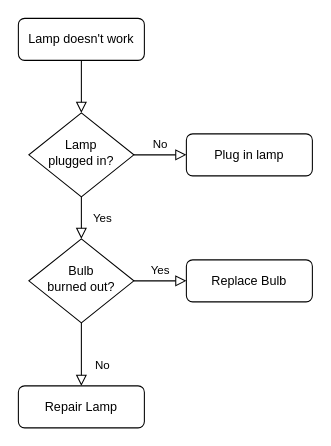
Above: githubtest.drawio in freshmaninhub/test (draw.io), before the change. Source tidied: cells renumbered, new cells numbered last; positions are measured from the earlier drawing's top-left corner, leaving out a move shared by most shapes. Both pictures are drawn from the tidied source at 105%, with x=0, y=0 at pixel (18, 18).
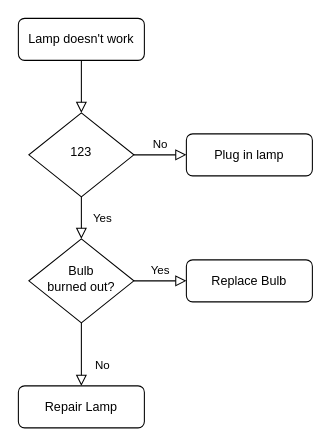
The same page after the edit.

What changed in the source:
```diff
@@
 <mxGraphModel>
   <root>
     <mxCell id="0" />
     <mxCell id="1" parent="0" />
     <mxCell id="2" style="rounded=0;html=1;jettySize=auto;fontSize=11;endArrow=block;endFill=0;endSize=8;strokeWidth=1;shadow=0;labelBackgroundColor=none;edgeStyle=orthogonalEdgeStyle;" parent="1" edge="1" source="3" target="6">
       <mxGeometry relative="1" as="geometry" />
     </mxCell>
     <mxCell id="3" value="Lamp doesn't work" style="rounded=1;whiteSpace=wrap;html=1;fontSize=12;glass=0;strokeWidth=1;shadow=0;" parent="1" vertex="1">
       <mxGeometry width="120" height="40" as="geometry" />
     </mxCell>
     <mxCell id="4" value="Yes" style="rounded=0;html=1;jettySize=auto;fontSize=11;endArrow=block;endFill=0;endSize=8;strokeWidth=1;shadow=0;labelBackgroundColor=none;edgeStyle=orthogonalEdgeStyle;" parent="1" edge="1" source="6" target="10">
       <mxGeometry y="20" relative="1" as="geometry" />
     </mxCell>
     <mxCell id="5" value="No" style="edgeStyle=orthogonalEdgeStyle;rounded=0;html=1;jettySize=auto;fontSize=11;endArrow=block;endFill=0;endSize=8;strokeWidth=1;shadow=0;labelBackgroundColor=none;" parent="1" edge="1" source="6" target="7">
       <mxGeometry y="10" relative="1" as="geometry" />
     </mxCell>
-    <mxCell id="6" value="Lamp&lt;br&gt;plugged in?" style="rhombus;whiteSpace=wrap;html=1;shadow=0;fontFamily=Helvetica;fontSize=12;align=center;strokeWidth=1;spacing=6;spacingTop=-4;" parent="1" vertex="1">
+    <mxCell id="6" value="123" style="rhombus;whiteSpace=wrap;html=1;shadow=0;fontFamily=Helvetica;fontSize=12;align=center;strokeWidth=1;spacing=6;spacingTop=-4;" parent="1" vertex="1">
       <mxGeometry x="10" y="90" width="100" height="80" as="geometry" />
     </mxCell>
     <mxCell id="7" value="Plug in lamp" style="rounded=1;whiteSpace=wrap;html=1;fontSize=12;glass=0;strokeWidth=1;shadow=0;" parent="1" vertex="1">
       <mxGeometry x="160" y="110" width="120" height="40" as="geometry" />
     </mxCell>
     <mxCell id="8" value="No" style="rounded=0;html=1;jettySize=auto;fontSize=11;endArrow=block;endFill=0;endSize=8;strokeWidth=1;shadow=0;labelBackgroundColor=none;edgeStyle=orthogonalEdgeStyle;" parent="1" edge="1" source="10" target="11">
       <mxGeometry x="0.33" y="20" relative="1" as="geometry" />
     </mxCell>
     <mxCell id="9" value="Yes" style="edgeStyle=orthogonalEdgeStyle;rounded=0;html=1;jettySize=auto;fontSize=11;endArrow=block;endFill=0;endSize=8;strokeWidth=1;shadow=0;labelBackgroundColor=none;" parent="1" edge="1" source="10" target="12">
       <mxGeometry y="10" relative="1" as="geometry" />
     </mxCell>
     <mxCell id="10" value="Bulb&lt;br&gt;burned out?" style="rhombus;whiteSpace=wrap;html=1;shadow=0;fontFamily=Helvetica;fontSize=12;align=center;strokeWidth=1;spacing=6;spacingTop=-4;" parent="1" vertex="1">
       <mxGeometry x="10" y="210" width="100" height="80" as="geometry" />
     </mxCell>
     <mxCell id="11" value="Repair Lamp" style="rounded=1;whiteSpace=wrap;html=1;fontSize=12;glass=0;strokeWidth=1;shadow=0;" parent="1" vertex="1">
       <mxGeometry y="350" width="120" height="40" as="geometry" />
     </mxCell>
     <mxCell id="12" value="Replace Bulb" style="rounded=1;whiteSpace=wrap;html=1;fontSize=12;glass=0;strokeWidth=1;shadow=0;" parent="1" vertex="1">
       <mxGeometry x="160" y="230" width="120" height="40" as="geometry" />
     </mxCell>
   </root>
 </mxGraphModel>
```
